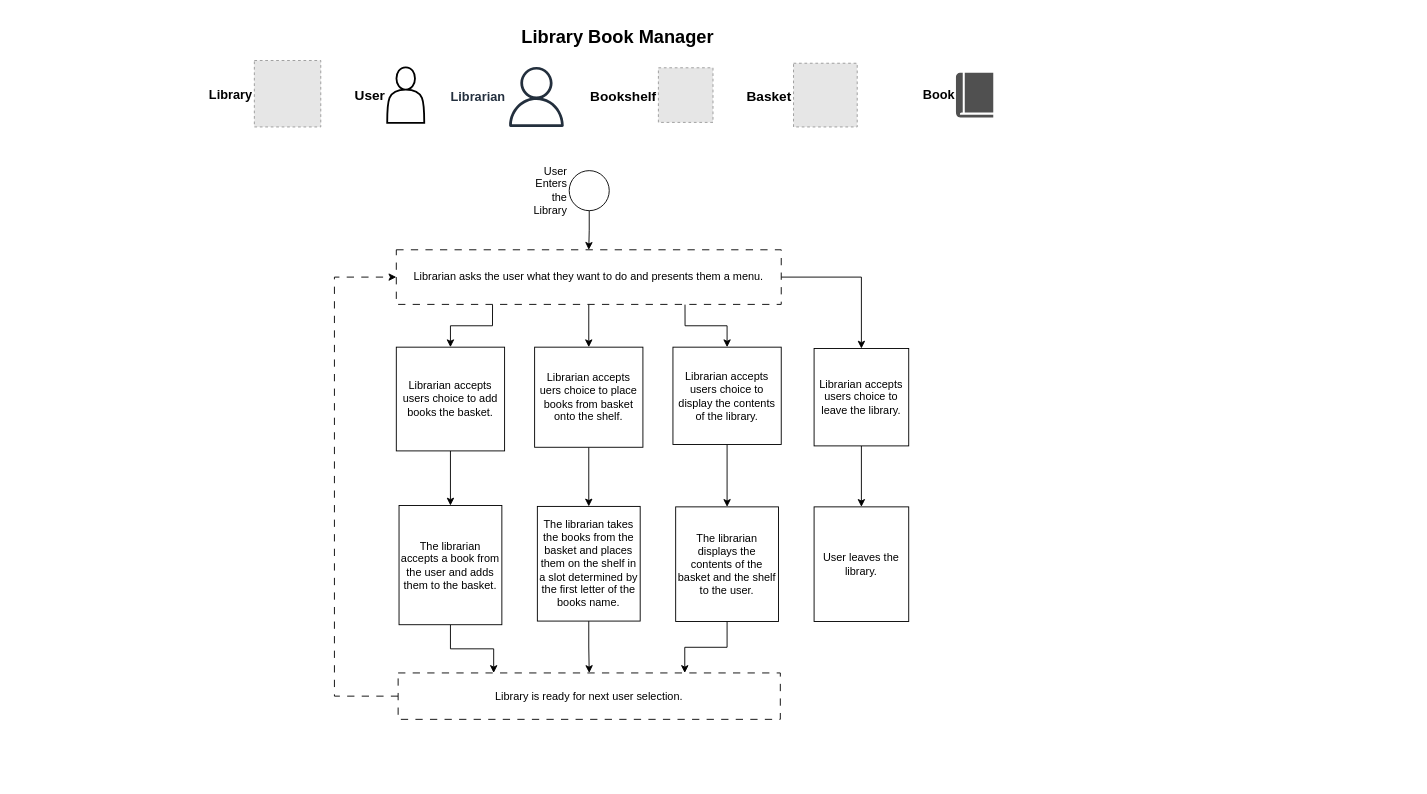
The draw.io diagram page "libary-manager-design-v2" (4 of 4) of sample/LibraryManager.drawio in vishalpalaniappan/asp-adli-python, before the edit. Source tidied: cells renumbered, new cells numbered last; positions are measured from the earlier drawing's top-left corner, leaving out a move shared by most shapes. Both pictures are drawn from the tidied source at 91%, with x=0, y=0 at pixel (254, 22). Pictures stored in the file or linked from it are replaced by grey dashed boxes.
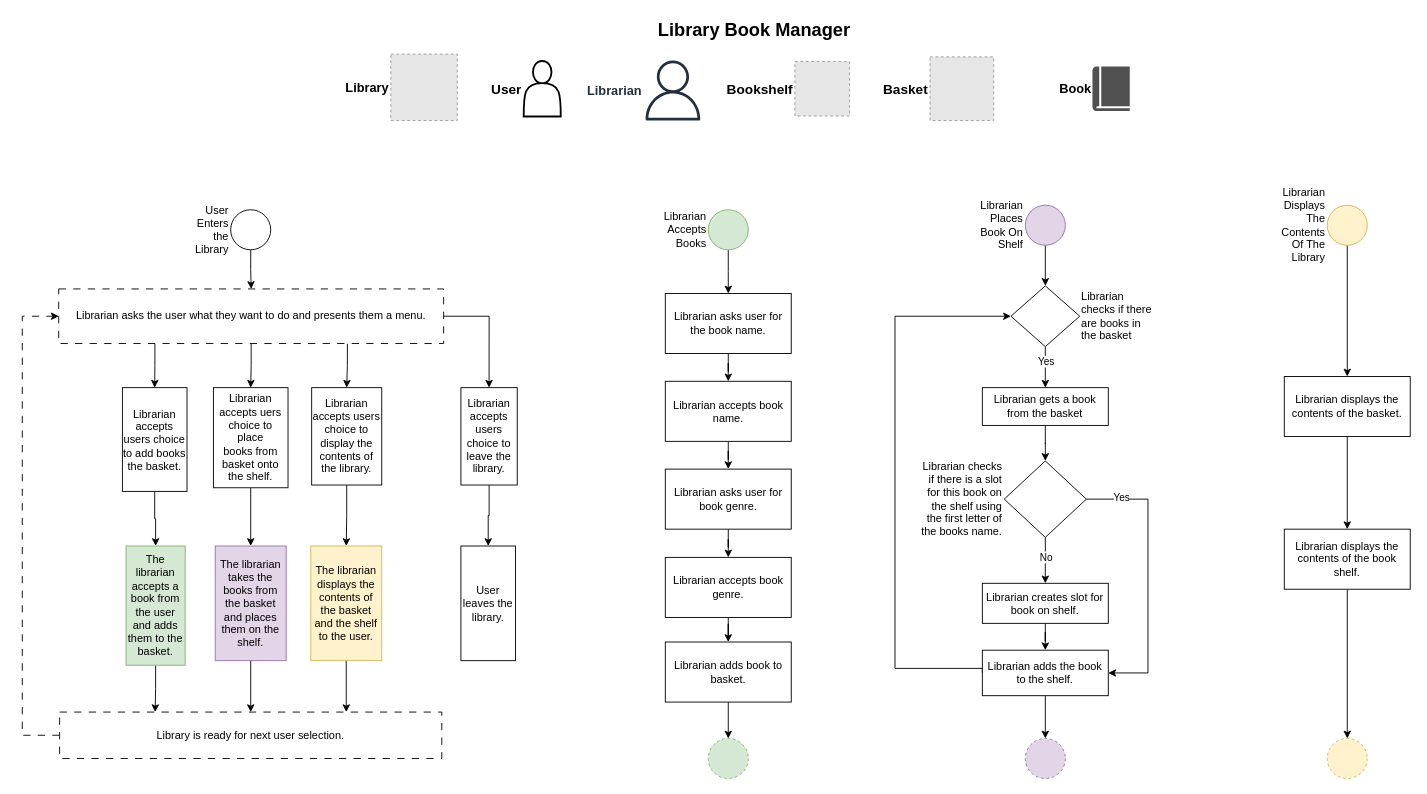
After the change.

Commit message:
Further define the design of the library manager at the sematic layer.

What changed in the source:
```diff
@@
+    <mxCell id="33" style="group;" parent="1" vertex="1">
+      <mxGeometry x="150" y="-7" width="812" height="115" as="geometry" />
+    </mxCell>
+    <mxCell id="17" value="Bookshelf" style="fillColor=#E6E6E6;strokeColor=#999999;dashed=1;labelPosition=left;verticalLabelPosition=middle;align=right;verticalAlign=middle;fontStyle=1;fontSize=15;" parent="33" vertex="1">
+      <mxGeometry x="444" y="50" width="60" height="60" as="geometry" />
+    </mxCell>
+    <mxCell id="18" value="Library Book Manager" style="text;html=1;align=center;verticalAlign=middle;whiteSpace=wrap;rounded=0;fontSize=20;fontStyle=1;" parent="33" vertex="1">
+      <mxGeometry x="282" width="234.5" height="30" as="geometry" />
+    </mxCell>
+    <mxCell id="19" value="Basket" style="fillColor=#E6E6E6;strokeColor=#999999;dashed=1;labelPosition=left;verticalLabelPosition=middle;align=right;verticalAlign=middle;fontStyle=1;fontSize=15;" parent="33" vertex="1">
+      <mxGeometry x="592.5" y="45" width="70" height="70" as="geometry" />
+    </mxCell>
+    <mxCell id="20" value="User" style="shape=actor;whiteSpace=wrap;html=1;strokeWidth=2;fontStyle=1;labelPosition=left;verticalLabelPosition=middle;align=right;verticalAlign=middle;fontSize=15;" parent="33" vertex="1">
+      <mxGeometry x="146" y="49.5" width="40.7" height="61" as="geometry" />
+    </mxCell>
+    <mxCell id="21" value="Book" style="sketch=0;shadow=0;dashed=0;html=1;strokeColor=none;fillColor=#505050;labelPosition=left;verticalLabelPosition=middle;verticalAlign=middle;align=right;shape=mxgraph.office.concepts.book_journal;fontSize=14;fontStyle=1;" parent="33" vertex="1">
+      <mxGeometry x="771" y="55.5" width="41" height="49" as="geometry" />
+    </mxCell>
+    <mxCell id="22" value="Librarian" style="sketch=0;fontColor=#232F3E;gradientColor=none;fillColor=#232F3D;strokeColor=none;dashed=0;verticalLabelPosition=middle;verticalAlign=middle;align=right;html=1;fontSize=14;fontStyle=1;shape=mxgraph.aws4.user;labelPosition=left;" parent="33" vertex="1">
+      <mxGeometry x="277" y="49" width="66" height="66" as="geometry" />
+    </mxCell>
+    <mxCell id="27" value="Library" style="fillColor=#E6E6E6;strokeColor=#999999;dashed=1;labelPosition=left;verticalLabelPosition=middle;align=right;verticalAlign=middle;fontStyle=1;fontSize=14;" parent="33" vertex="1">
+      <mxGeometry y="42" width="73" height="73" as="geometry" />
+    </mxCell>
@@
     <mxCell id="3" value="User Enters the Library" style="ellipse;whiteSpace=wrap;html=1;labelPosition=left;verticalLabelPosition=middle;align=right;verticalAlign=middle;" parent="1" vertex="1">
-      <mxGeometry x="346" y="163" width="44" height="44" as="geometry" />
+      <mxGeometry x="-26" y="206" width="44" height="44" as="geometry" />
     </mxCell>
@@
     <mxCell id="8" value="Librarian asks the user what they want to do and presents them a menu." style="rounded=0;whiteSpace=wrap;html=1;dashed=1;dashPattern=8 8;" parent="1" vertex="1">
-      <mxGeometry x="156" y="250" width="423" height="60" as="geometry" />
+      <mxGeometry x="-215" y="293" width="423" height="60" as="geometry" />
     </mxCell>
@@
     <mxCell id="10" value="Librarian accepts users choice to add books the basket." style="rounded=0;whiteSpace=wrap;html=1;" parent="1" vertex="1">
-      <mxGeometry x="156" y="357" width="119" height="114" as="geometry" />
+      <mxGeometry x="-145" y="401.5" width="71" height="114" as="geometry" />
     </mxCell>
@@
     <mxCell id="12" value="Librarian accepts uers choice to place books&amp;nbsp;from basket onto the shelf." style="rounded=0;whiteSpace=wrap;html=1;" parent="1" vertex="1">
-      <mxGeometry x="308" y="357" width="119" height="110" as="geometry" />
+      <mxGeometry x="-45" y="401.5" width="82" height="110" as="geometry" />
     </mxCell>
@@
     <mxCell id="14" value="Librarian accepts users choice to display the contents of the library." style="rounded=0;whiteSpace=wrap;html=1;" parent="1" vertex="1">
-      <mxGeometry x="460" y="357" width="119" height="107" as="geometry" />
+      <mxGeometry x="63" y="401.5" width="77" height="107" as="geometry" />
     </mxCell>
@@
-    <mxCell id="16" value="The librarian accepts a book from the user and adds them to the basket." style="rounded=0;whiteSpace=wrap;html=1;" parent="1" vertex="1">
-      <mxGeometry x="159" y="531" width="113" height="131" as="geometry" />
+    <mxCell id="16" value="The librarian accepts a book from the user and adds them to the basket." style="rounded=0;whiteSpace=wrap;html=1;fillColor=#d5e8d4;strokeColor=#82b366;" parent="1" vertex="1">
+      <mxGeometry x="-141" y="575.5" width="65" height="131" as="geometry" />
     </mxCell>
-    <mxCell id="17" value="Bookshelf" style="fillColor=#E6E6E6;strokeColor=#999999;dashed=1;labelPosition=left;verticalLabelPosition=middle;align=right;verticalAlign=middle;fontStyle=1;fontSize=15;" parent="1" vertex="1">
-      <mxGeometry x="444" y="50" width="60" height="60" as="geometry" />
-    </mxCell>
-    <mxCell id="18" value="Library Book Manager" style="text;html=1;align=center;verticalAlign=middle;whiteSpace=wrap;rounded=0;fontSize=20;fontStyle=1;" parent="1" vertex="1">
-      <mxGeometry x="282" width="234.5" height="30" as="geometry" />
-    </mxCell>
-    <mxCell id="19" value="Basket" style="fillColor=#E6E6E6;strokeColor=#999999;dashed=1;labelPosition=left;verticalLabelPosition=middle;align=right;verticalAlign=middle;fontStyle=1;fontSize=15;" parent="1" vertex="1">
-      <mxGeometry x="592.5" y="45" width="70" height="70" as="geometry" />
-    </mxCell>
-    <mxCell id="20" value="User" style="shape=actor;whiteSpace=wrap;html=1;strokeWidth=2;fontStyle=1;labelPosition=left;verticalLabelPosition=middle;align=right;verticalAlign=middle;fontSize=15;" parent="1" vertex="1">
-      <mxGeometry x="146" y="49.5" width="40.7" height="61" as="geometry" />
-    </mxCell>
-    <mxCell id="21" value="Book" style="sketch=0;shadow=0;dashed=0;html=1;strokeColor=none;fillColor=#505050;labelPosition=left;verticalLabelPosition=middle;verticalAlign=middle;align=right;shape=mxgraph.office.concepts.book_journal;fontSize=14;fontStyle=1;" parent="1" vertex="1">
-      <mxGeometry x="771" y="55.5" width="41" height="49" as="geometry" />
-    </mxCell>
-    <mxCell id="22" value="Librarian" style="sketch=0;fontColor=#232F3E;gradientColor=none;fillColor=#232F3D;strokeColor=none;dashed=0;verticalLabelPosition=middle;verticalAlign=middle;align=right;html=1;fontSize=14;fontStyle=1;shape=mxgraph.aws4.user;labelPosition=left;" parent="1" vertex="1">
-      <mxGeometry x="277" y="49" width="66" height="66" as="geometry" />
-    </mxCell>
@@
-    <mxCell id="24" value="The librarian takes the books from the basket and places them on the shelf in a slot determined by the first letter of the books name." style="rounded=0;whiteSpace=wrap;html=1;" parent="1" vertex="1">
-      <mxGeometry x="311" y="532" width="113" height="126" as="geometry" />
+    <mxCell id="24" value="The librarian takes the books from the basket and places them on the shelf." style="rounded=0;whiteSpace=wrap;html=1;fillColor=#e1d5e7;strokeColor=#9673a6;" parent="1" vertex="1">
+      <mxGeometry x="-43" y="575.5" width="78" height="126" as="geometry" />
     </mxCell>
@@
-    <mxCell id="26" value="The librarian displays the contents of the basket and the shelf to the user." style="rounded=0;whiteSpace=wrap;html=1;" parent="1" vertex="1">
-      <mxGeometry x="463" y="532.5" width="113" height="126" as="geometry" />
+    <mxCell id="26" value="The librarian displays the contents of the basket and the shelf to the user." style="rounded=0;whiteSpace=wrap;html=1;fillColor=#fff2cc;strokeColor=#d6b656;" parent="1" vertex="1">
+      <mxGeometry x="62" y="575.5" width="78" height="126" as="geometry" />
     </mxCell>
-    <mxCell id="27" value="Library" style="fillColor=#E6E6E6;strokeColor=#999999;dashed=1;labelPosition=left;verticalLabelPosition=middle;align=right;verticalAlign=middle;fontStyle=1;fontSize=14;" parent="1" vertex="1">
-      <mxGeometry y="42" width="73" height="73" as="geometry" />
-    </mxCell>
@@
     <mxCell id="29" value="Librarian accepts users choice to leave the library." style="rounded=0;whiteSpace=wrap;html=1;" parent="1" vertex="1">
-      <mxGeometry x="615.1" y="358.5" width="104" height="107" as="geometry" />
+      <mxGeometry x="227" y="401.5" width="61.9" height="107" as="geometry" />
     </mxCell>
     <mxCell id="30" value="User leaves the library." style="rounded=0;whiteSpace=wrap;html=1;" parent="1" vertex="1">
-      <mxGeometry x="615.1" y="532.5" width="104" height="126" as="geometry" />
+      <mxGeometry x="227" y="575.5" width="60" height="126" as="geometry" />
     </mxCell>
     <mxCell id="31" style="edgeStyle=orthogonalEdgeStyle;rounded=0;jettySize=auto;html=1;exitX=0;exitY=0.5;exitDx=0;exitDy=0;entryX=0;entryY=0.5;entryDx=0;entryDy=0;dashed=1;dashPattern=8 8;" parent="1" edge="1" source="32" target="8">
       <mxGeometry relative="1" as="geometry">
         <Array as="points">
-          <mxPoint x="88" y="740" />
-          <mxPoint x="88" y="280" />
+          <mxPoint x="-255" y="784" />
+          <mxPoint x="-255" y="323" />
         </Array>
       </mxGeometry>
     </mxCell>
     <mxCell id="32" value="Library is ready for next user selection." style="rounded=0;whiteSpace=wrap;html=1;dashed=1;dashPattern=8 8;" parent="1" vertex="1">
-      <mxGeometry x="158" y="715" width="420" height="51" as="geometry" />
+      <mxGeometry x="-214" y="758" width="420" height="51" as="geometry" />
     </mxCell>
+    <mxCell id="34" style="edgeStyle=orthogonalEdgeStyle;rounded=0;jettySize=auto;html=1;" parent="1" edge="1" source="35" target="37">
+      <mxGeometry relative="1" as="geometry" />
+    </mxCell>
+    <mxCell id="35" value="Librarian Accepts Books" style="ellipse;whiteSpace=wrap;html=1;labelPosition=left;verticalLabelPosition=middle;align=right;verticalAlign=middle;fillColor=#d5e8d4;strokeColor=#82b366;" parent="1" vertex="1">
+      <mxGeometry x="498.8" y="206" width="44" height="44" as="geometry" />
+    </mxCell>
+    <mxCell id="36" style="edgeStyle=orthogonalEdgeStyle;rounded=0;jettySize=auto;html=1;" parent="1" edge="1" source="37" target="39">
+      <mxGeometry relative="1" as="geometry" />
+    </mxCell>
+    <mxCell id="37" value="Librarian asks user for the book name." style="rounded=0;whiteSpace=wrap;html=1;" parent="1" vertex="1">
+      <mxGeometry x="451.6" y="298" width="138.4" height="66" as="geometry" />
+    </mxCell>
+    <mxCell id="38" style="edgeStyle=orthogonalEdgeStyle;rounded=0;jettySize=auto;html=1;" parent="1" edge="1" source="39" target="41">
+      <mxGeometry relative="1" as="geometry" />
+    </mxCell>
+    <mxCell id="39" value="Librarian accepts book name." style="rounded=0;whiteSpace=wrap;html=1;" parent="1" vertex="1">
+      <mxGeometry x="451.6" y="394.5" width="138.4" height="66" as="geometry" />
+    </mxCell>
+    <mxCell id="40" style="edgeStyle=orthogonalEdgeStyle;rounded=0;jettySize=auto;html=1;" parent="1" edge="1" source="41" target="43">
+      <mxGeometry relative="1" as="geometry" />
+    </mxCell>
+    <mxCell id="41" value="Librarian asks user for book genre." style="rounded=0;whiteSpace=wrap;html=1;" parent="1" vertex="1">
+      <mxGeometry x="451.6" y="491" width="138.4" height="66" as="geometry" />
+    </mxCell>
+    <mxCell id="42" style="edgeStyle=orthogonalEdgeStyle;rounded=0;jettySize=auto;html=1;" parent="1" edge="1" source="43" target="45">
+      <mxGeometry relative="1" as="geometry" />
+    </mxCell>
+    <mxCell id="43" value="Librarian accepts book genre." style="rounded=0;whiteSpace=wrap;html=1;" parent="1" vertex="1">
+      <mxGeometry x="451.6" y="588" width="138.4" height="66" as="geometry" />
+    </mxCell>
+    <mxCell id="44" style="edgeStyle=orthogonalEdgeStyle;rounded=0;jettySize=auto;html=1;exitX=0.5;exitY=1;exitDx=0;exitDy=0;entryX=0.5;entryY=0;entryDx=0;entryDy=0;" parent="1" edge="1" source="45" target="69">
+      <mxGeometry relative="1" as="geometry" />
+    </mxCell>
+    <mxCell id="45" value="Librarian adds book to basket." style="rounded=0;whiteSpace=wrap;html=1;" parent="1" vertex="1">
+      <mxGeometry x="451.6" y="681" width="138.4" height="66" as="geometry" />
+    </mxCell>
+    <mxCell id="46" style="edgeStyle=orthogonalEdgeStyle;rounded=0;jettySize=auto;html=1;entryX=0.5;entryY=0;entryDx=0;entryDy=0;" parent="1" edge="1" source="47" target="52">
+      <mxGeometry relative="1" as="geometry" />
+    </mxCell>
+    <mxCell id="47" value="Librarian Places Book On Shelf" style="ellipse;whiteSpace=wrap;html=1;labelPosition=left;verticalLabelPosition=middle;align=right;verticalAlign=middle;fillColor=#e1d5e7;strokeColor=#9673a6;" parent="1" vertex="1">
+      <mxGeometry x="847.2" y="201" width="44" height="44" as="geometry" />
+    </mxCell>
+    <mxCell id="48" style="edgeStyle=orthogonalEdgeStyle;rounded=0;jettySize=auto;html=1;" parent="1" edge="1" source="49" target="59">
+      <mxGeometry relative="1" as="geometry" />
+    </mxCell>
+    <mxCell id="49" value="Librarian gets a book from the basket" style="rounded=0;whiteSpace=wrap;html=1;" parent="1" vertex="1">
+      <mxGeometry x="800" y="401.5" width="138.4" height="41.5" as="geometry" />
+    </mxCell>
+    <mxCell id="50" style="edgeStyle=orthogonalEdgeStyle;rounded=0;jettySize=auto;html=1;exitX=0.5;exitY=1;exitDx=0;exitDy=0;" parent="1" edge="1" source="51" target="62">
+      <mxGeometry relative="1" as="geometry" />
+    </mxCell>
+    <mxCell id="51" value="Librarian creates slot for book on shelf." style="rounded=0;whiteSpace=wrap;html=1;" parent="1" vertex="1">
+      <mxGeometry x="800" y="616.5" width="138.4" height="44" as="geometry" />
+    </mxCell>
+    <mxCell id="52" value="&lt;span style=&quot;text-align: center;&quot;&gt;Librarian checks if there are books in the basket&lt;/span&gt;" style="rhombus;whiteSpace=wrap;html=1;labelPosition=right;verticalLabelPosition=middle;align=left;verticalAlign=middle;" parent="1" vertex="1">
+      <mxGeometry x="831.4" y="289.6" width="75.6" height="66.8" as="geometry" />
+    </mxCell>
+    <mxCell id="53" style="edgeStyle=orthogonalEdgeStyle;rounded=0;jettySize=auto;html=1;exitX=0.5;exitY=1;exitDx=0;exitDy=0;entryX=0.5;entryY=0;entryDx=0;entryDy=0;entryPerimeter=0;" parent="1" edge="1" source="52" target="49">
+      <mxGeometry relative="1" as="geometry" />
+    </mxCell>
+    <mxCell id="54" value="Yes" style="edgeLabel;html=1;align=center;verticalAlign=middle;" parent="53" vertex="1">
+      <mxGeometry x="-0.28" relative="1" as="geometry" />
+    </mxCell>
+    <mxCell id="55" style="edgeStyle=orthogonalEdgeStyle;rounded=0;jettySize=auto;html=1;exitX=0.5;exitY=1;exitDx=0;exitDy=0;entryX=0.5;entryY=0;entryDx=0;entryDy=0;" parent="1" edge="1" source="59" target="51">
+      <mxGeometry relative="1" as="geometry" />
+    </mxCell>
+    <mxCell id="56" value="No" style="edgeLabel;html=1;align=center;verticalAlign=middle;" parent="55" vertex="1">
+      <mxGeometry x="-0.18" relative="1" as="geometry" />
+    </mxCell>
+    <mxCell id="57" style="edgeStyle=orthogonalEdgeStyle;rounded=0;jettySize=auto;html=1;exitX=1;exitY=0.5;exitDx=0;exitDy=0;entryX=1;entryY=0.5;entryDx=0;entryDy=0;" parent="1" edge="1" source="59" target="62">
+      <mxGeometry relative="1" as="geometry">
+        <Array as="points">
+          <mxPoint x="982" y="524" />
+          <mxPoint x="982" y="715" />
+        </Array>
+      </mxGeometry>
+    </mxCell>
+    <mxCell id="58" value="Yes" style="edgeLabel;html=1;align=center;verticalAlign=middle;" parent="57" vertex="1">
+      <mxGeometry x="-0.75" y="2" relative="1" as="geometry" />
+    </mxCell>
+    <mxCell id="59" value="&lt;span style=&quot;text-align: center;&quot;&gt;Librarian checks if there is a slot for this book on the shelf using the first letter of the books name.&lt;/span&gt;" style="rhombus;whiteSpace=wrap;html=1;labelPosition=left;verticalLabelPosition=middle;align=right;verticalAlign=middle;" parent="1" vertex="1">
+      <mxGeometry x="824.1" y="482" width="90.2" height="84" as="geometry" />
+    </mxCell>
+    <mxCell id="60" style="edgeStyle=orthogonalEdgeStyle;rounded=0;jettySize=auto;html=1;exitX=0;exitY=0.5;exitDx=0;exitDy=0;entryX=0;entryY=0.5;entryDx=0;entryDy=0;" parent="1" edge="1" source="62" target="52">
+      <mxGeometry relative="1" as="geometry">
+        <Array as="points">
+          <mxPoint x="704" y="710" />
+          <mxPoint x="704" y="323" />
+        </Array>
+      </mxGeometry>
+    </mxCell>
+    <mxCell id="61" style="edgeStyle=orthogonalEdgeStyle;rounded=0;jettySize=auto;html=1;exitX=0.5;exitY=1;exitDx=0;exitDy=0;entryX=0.5;entryY=0;entryDx=0;entryDy=0;" parent="1" edge="1" source="62" target="70">
+      <mxGeometry relative="1" as="geometry" />
+    </mxCell>
+    <mxCell id="62" value="Librarian adds the book to the shelf." style="rounded=0;whiteSpace=wrap;html=1;" parent="1" vertex="1">
+      <mxGeometry x="800" y="690" width="138.4" height="50" as="geometry" />
+    </mxCell>
+    <mxCell id="63" style="edgeStyle=orthogonalEdgeStyle;rounded=0;jettySize=auto;html=1;exitX=0.5;exitY=1;exitDx=0;exitDy=0;" parent="1" edge="1" source="64" target="66">
+      <mxGeometry relative="1" as="geometry" />
+    </mxCell>
+    <mxCell id="64" value="Librarian Displays The Contents Of The Library" style="ellipse;whiteSpace=wrap;html=1;labelPosition=left;verticalLabelPosition=middle;align=right;verticalAlign=middle;fillColor=#fff2cc;strokeColor=#d6b656;" parent="1" vertex="1">
+      <mxGeometry x="1179" y="201" width="44" height="44" as="geometry" />
+    </mxCell>
+    <mxCell id="65" style="edgeStyle=orthogonalEdgeStyle;rounded=0;jettySize=auto;html=1;exitX=0.5;exitY=1;exitDx=0;exitDy=0;" parent="1" edge="1" source="66" target="68">
+      <mxGeometry relative="1" as="geometry" />
+    </mxCell>
+    <mxCell id="66" value="Librarian displays the contents of the basket." style="rounded=0;whiteSpace=wrap;html=1;" parent="1" vertex="1">
+      <mxGeometry x="1131.8" y="389.2" width="138.4" height="66" as="geometry" />
+    </mxCell>
+    <mxCell id="67" style="edgeStyle=orthogonalEdgeStyle;rounded=0;jettySize=auto;html=1;exitX=0.5;exitY=1;exitDx=0;exitDy=0;entryX=0.5;entryY=0;entryDx=0;entryDy=0;" parent="1" edge="1" source="68" target="71">
+      <mxGeometry relative="1" as="geometry" />
+    </mxCell>
+    <mxCell id="68" value="Librarian displays the contents of the book shelf." style="rounded=0;whiteSpace=wrap;html=1;" parent="1" vertex="1">
+      <mxGeometry x="1131.8" y="557" width="138.4" height="66" as="geometry" />
+    </mxCell>
+    <mxCell id="69" style="ellipse;whiteSpace=wrap;html=1;labelPosition=left;verticalLabelPosition=middle;align=right;verticalAlign=middle;fillColor=#d5e8d4;strokeColor=#82b366;dashed=1;" parent="1" vertex="1">
+      <mxGeometry x="498.8" y="787" width="44" height="44" as="geometry" />
+    </mxCell>
+    <mxCell id="70" style="ellipse;whiteSpace=wrap;html=1;labelPosition=left;verticalLabelPosition=middle;align=right;verticalAlign=middle;fillColor=#e1d5e7;strokeColor=#9673a6;dashed=1;" parent="1" vertex="1">
+      <mxGeometry x="847.2" y="787" width="44" height="44" as="geometry" />
+    </mxCell>
+    <mxCell id="71" style="ellipse;whiteSpace=wrap;html=1;labelPosition=left;verticalLabelPosition=middle;align=right;verticalAlign=middle;fillColor=#fff2cc;strokeColor=#d6b656;dashed=1;" parent="1" vertex="1">
+      <mxGeometry x="1179" y="787" width="44" height="44" as="geometry" />
+    </mxCell>
```
